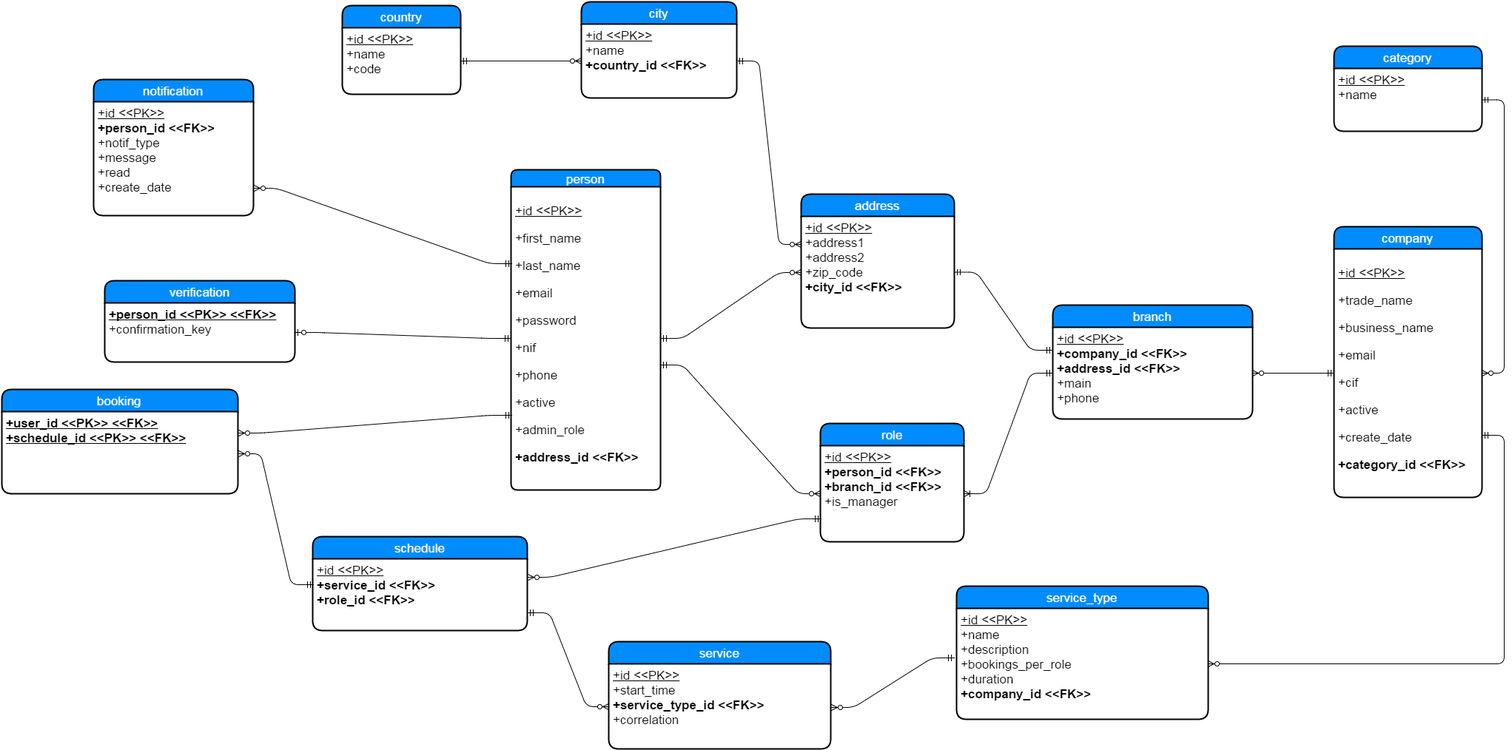
The draw.io diagram project_documentation/database/Entity Relation Diagram.png in malkomich/busy, before a commit. Source tidied: cells renumbered, new cells last; positions are measured from the earlier drawing's top-left corner, leaving out a move shared by most shapes.
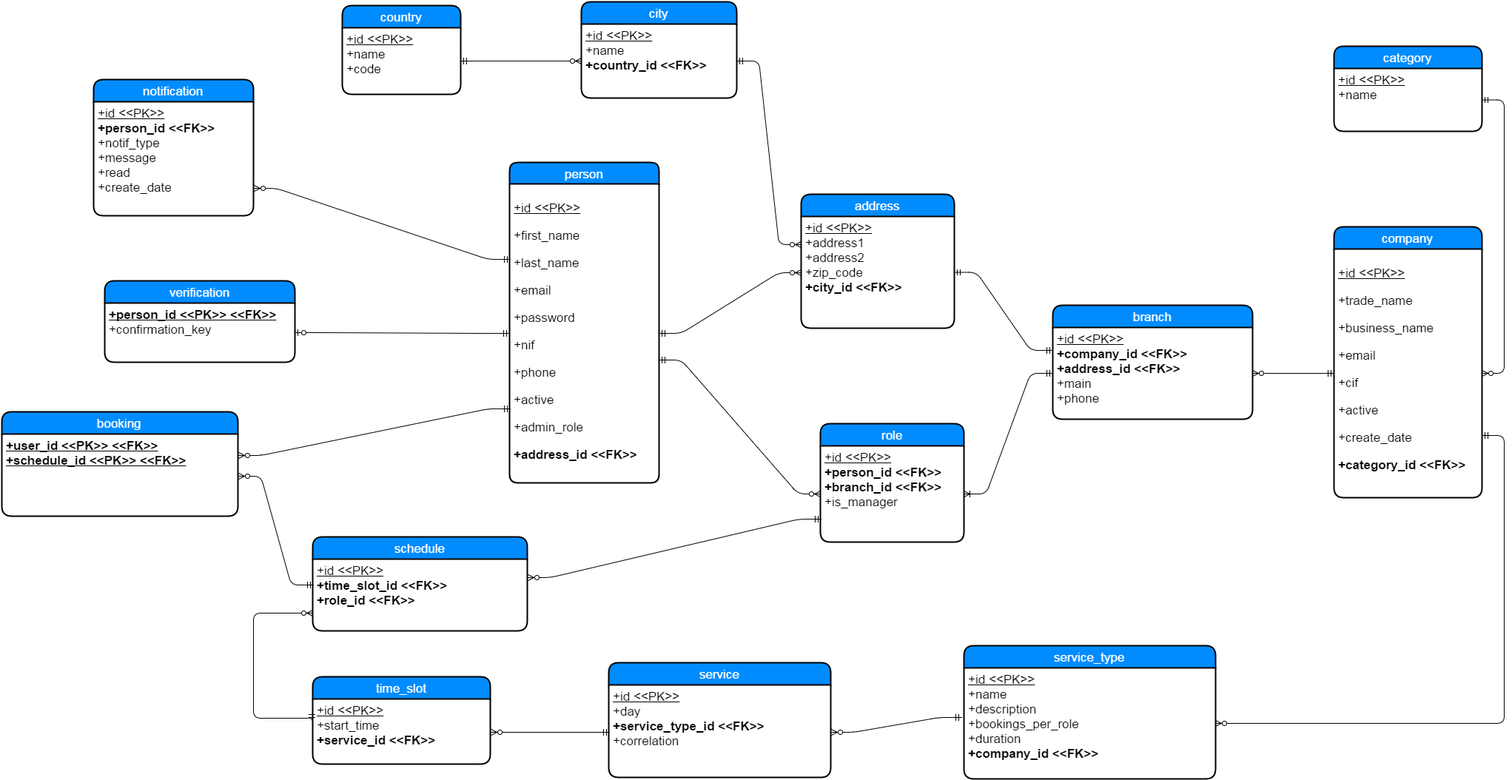
The same diagram one commit later.

Commit message:
Add time_slot table to database

Diff of the diagram source:
```diff
@@ -5,11 +5,11 @@
     <mxCell id="2" style="edgeStyle=entityRelationEdgeStyle;html=1;endArrow=ERoneToMany;startArrow=ERmandOne;fontColor=#003366;" parent="1" edge="1" source="18" target="11">
       <mxGeometry relative="1" as="geometry" />
     </mxCell>
-    <mxCell id="3" value="person" style="swimlane;html=1;horizontal=1;startSize=23;fillColor=#008cff;fontColor=#FFFFFF;rounded=1;fontSize=17;fontStyle=0;strokeWidth=2;shadow=0;dashed=0;align=center;arcSize=13;" parent="1" vertex="1">
-      <mxGeometry x="688" y="227" width="202" height="433" as="geometry" />
+    <mxCell id="3" value="person" style="swimlane;html=1;horizontal=1;startSize=29;fillColor=#008cff;fontColor=#FFFFFF;rounded=1;fontSize=17;fontStyle=0;strokeWidth=2;shadow=0;dashed=0;align=center;arcSize=13;" parent="1" vertex="1">
+      <mxGeometry x="686" y="217" width="202" height="433" as="geometry" />
     </mxCell>
     <mxCell id="4" value="&lt;p&gt;&lt;span style=&quot;line-height: 1.2&quot;&gt;&lt;u&gt;+id &amp;lt;&amp;lt;PK&amp;gt;&amp;gt;&lt;/u&gt;&lt;/span&gt;&lt;/p&gt;&lt;p&gt;&lt;span style=&quot;line-height: 1.2&quot;&gt;+first_name&lt;/span&gt;&lt;br&gt;&lt;/p&gt;&lt;p&gt;+last_name&lt;/p&gt;&lt;p&gt;+email&lt;/p&gt;&lt;p&gt;+password&lt;/p&gt;&lt;p&gt;+nif&lt;/p&gt;&lt;p&gt;&lt;span style=&quot;line-height: 1.2&quot;&gt;+phone&lt;/span&gt;&lt;br&gt;&lt;/p&gt;&lt;p&gt;&lt;span&gt;+active&lt;/span&gt;&lt;/p&gt;&lt;p&gt;&lt;span style=&quot;line-height: 1.2&quot;&gt;+admin_role&lt;/span&gt;&lt;br&gt;&lt;/p&gt;&lt;p&gt;&lt;span style=&quot;line-height: 1.2&quot;&gt;&lt;b&gt;+address_id &amp;lt;&amp;lt;FK&amp;gt;&amp;gt;&lt;/b&gt;&lt;/span&gt;&lt;/p&gt;" style="whiteSpace=wrap;html=1;align=left;strokeColor=none;fillColor=none;spacingLeft=4;fontSize=17;verticalAlign=top;" parent="3" vertex="1">
-      <mxGeometry y="23" width="202" height="410" as="geometry" />
+      <mxGeometry y="29" width="202" height="404" as="geometry" />
     </mxCell>
     <mxCell id="5" style="edgeStyle=entityRelationEdgeStyle;html=1;endArrow=ERzeroToMany;startArrow=ERmandOne;fontColor=#003366;exitX=1;exitY=0.589;exitPerimeter=0;" parent="1" edge="1" source="4" target="11">
       <mxGeometry relative="1" as="geometry" />
@@ -75,7 +75,7 @@
       <mxGeometry y="30" width="216" height="154" as="geometry" />
     </mxCell>
     <mxCell id="26" value="booking" style="swimlane;html=1;horizontal=1;startSize=30;fillColor=#008cff;fontColor=#FFFFFF;rounded=1;fontSize=17;fontStyle=0;strokeWidth=2;shadow=0;dashed=0;align=center;" parent="1" vertex="1">
-      <mxGeometry y="524" width="319" height="141" as="geometry" />
+      <mxGeometry y="554" width="319" height="141" as="geometry" />
     </mxCell>
     <mxCell id="27" value="&lt;b&gt;&lt;u&gt;+user_id &amp;lt;&amp;lt;PK&amp;gt;&amp;gt; &amp;lt;&amp;lt;FK&amp;gt;&amp;gt;&lt;/u&gt;&lt;/b&gt;&lt;div&gt;&lt;b&gt;&lt;u&gt;+schedule_id &amp;lt;&amp;lt;PK&amp;gt;&amp;gt; &amp;lt;&amp;lt;FK&amp;gt;&amp;gt;&lt;/u&gt;&lt;/b&gt;&lt;br&gt;&lt;div&gt;&lt;br&gt;&lt;/div&gt;&lt;/div&gt;" style="whiteSpace=wrap;html=1;align=left;strokeColor=none;fillColor=none;spacingLeft=4;fontSize=17;verticalAlign=top;" parent="26" vertex="1">
       <mxGeometry y="30" width="319" height="111" as="geometry" />
@@ -111,7 +111,7 @@
       <mxGeometry relative="1" as="geometry" />
     </mxCell>
     <mxCell id="38" value="service_type" style="swimlane;html=1;horizontal=1;startSize=30;fillColor=#008cff;fontColor=#FFFFFF;rounded=1;fontSize=17;fontStyle=0;strokeWidth=2;shadow=0;dashed=0;align=center;" parent="1" vertex="1">
-      <mxGeometry x="1290" y="790" width="340" height="180" as="geometry" />
+      <mxGeometry x="1300" y="870" width="340" height="180" as="geometry" />
     </mxCell>
     <mxCell id="39" value="&lt;u&gt;+id &amp;lt;&amp;lt;PK&amp;gt;&amp;gt;&lt;/u&gt;&lt;div&gt;+name&lt;/div&gt;&lt;div&gt;+description&lt;br&gt;&lt;div&gt;+bookings_per_role&lt;/div&gt;&lt;/div&gt;&lt;div&gt;+duration&lt;/div&gt;&lt;div&gt;&lt;b&gt;+company_id &amp;lt;&amp;lt;FK&amp;gt;&amp;gt;&lt;/b&gt;&lt;/div&gt;" style="whiteSpace=wrap;html=1;align=left;strokeColor=none;fillColor=none;spacingLeft=4;fontSize=17;verticalAlign=top;" parent="38" vertex="1">
       <mxGeometry y="30" width="340" height="150" as="geometry" />
@@ -119,20 +119,34 @@
     <mxCell id="40" style="edgeStyle=entityRelationEdgeStyle;html=1;endArrow=ERzeroToMany;startArrow=ERmandOne;shadow=0;strokeColor=#000000;exitX=1;exitY=0.5;flipH=1;flipV=1;entryX=0;entryY=0.5;" parent="1" edge="1" source="27" target="44">
       <mxGeometry relative="1" as="geometry" />
     </mxCell>
-    <mxCell id="41" style="edgeStyle=entityRelationEdgeStyle;html=1;endArrow=ERzeroToMany;startArrow=ERmandOne;shadow=0;strokeColor=#000000;exitX=1;exitY=0.75;entryX=0;entryY=0.5;" parent="1" edge="1" source="45" target="43">
-      <mxGeometry relative="1" as="geometry" />
-    </mxCell>
     <mxCell id="42" value="service" style="swimlane;html=1;horizontal=1;startSize=30;fillColor=#008cff;fontColor=#FFFFFF;rounded=1;fontSize=17;fontStyle=0;strokeWidth=2;shadow=0;dashed=0;align=center;" parent="1" vertex="1">
-      <mxGeometry x="820" y="865" width="300" height="145" as="geometry" />
+      <mxGeometry x="820" y="893" width="300" height="155" as="geometry" />
     </mxCell>
-    <mxCell id="43" value="&lt;u&gt;+id &amp;lt;&amp;lt;PK&amp;gt;&amp;gt;&lt;/u&gt;&lt;div&gt;+start_time&lt;br&gt;&lt;div&gt;&lt;b&gt;+service_type_id &amp;lt;&amp;lt;FK&amp;gt;&amp;gt;&lt;/b&gt;&lt;/div&gt;&lt;/div&gt;&lt;div&gt;+correlation&lt;/div&gt;&lt;div&gt;&lt;br&gt;&lt;/div&gt;" style="whiteSpace=wrap;html=1;align=left;strokeColor=none;fillColor=none;spacingLeft=4;fontSize=17;verticalAlign=top;" parent="42" vertex="1">
-      <mxGeometry y="30" width="300" height="115" as="geometry" />
+    <mxCell id="43" value="&lt;u&gt;+id &amp;lt;&amp;lt;PK&amp;gt;&amp;gt;&lt;/u&gt;&lt;div&gt;+day&lt;/div&gt;&lt;div&gt;&lt;div&gt;&lt;b&gt;+service_type_id &amp;lt;&amp;lt;FK&amp;gt;&amp;gt;&lt;/b&gt;&lt;/div&gt;&lt;/div&gt;&lt;div&gt;+correlation&lt;/div&gt;&lt;div&gt;&lt;br&gt;&lt;/div&gt;" style="whiteSpace=wrap;html=1;align=left;strokeColor=none;fillColor=none;spacingLeft=4;fontSize=17;verticalAlign=top;" parent="42" vertex="1">
+      <mxGeometry y="30" width="300" height="125" as="geometry" />
     </mxCell>
     <mxCell id="44" value="schedule" style="swimlane;html=1;horizontal=1;startSize=30;fillColor=#008cff;fontColor=#FFFFFF;rounded=1;fontSize=17;fontStyle=0;strokeWidth=2;shadow=0;dashed=0;align=center;" parent="1" vertex="1">
       <mxGeometry x="420" y="723" width="290" height="127" as="geometry" />
     </mxCell>
-    <mxCell id="45" value="&lt;div&gt;&lt;u&gt;+id &amp;lt;&amp;lt;PK&amp;gt;&amp;gt;&lt;/u&gt;&lt;/div&gt;&lt;b&gt;+service_id &amp;lt;&amp;lt;FK&amp;gt;&amp;gt;&lt;/b&gt;&lt;div&gt;&lt;b&gt;+role_id &amp;lt;&amp;lt;FK&amp;gt;&amp;gt;&lt;/b&gt;&lt;/div&gt;&lt;div&gt;&lt;br&gt;&lt;/div&gt;" style="whiteSpace=wrap;html=1;align=left;strokeColor=none;fillColor=none;spacingLeft=4;fontSize=17;verticalAlign=top;" parent="44" vertex="1">
+    <mxCell id="45" value="&lt;div&gt;&lt;u&gt;+id &amp;lt;&amp;lt;PK&amp;gt;&amp;gt;&lt;/u&gt;&lt;/div&gt;&lt;b&gt;+time_slot_id &amp;lt;&amp;lt;FK&amp;gt;&amp;gt;&lt;/b&gt;&lt;div&gt;&lt;b&gt;+role_id &amp;lt;&amp;lt;FK&amp;gt;&amp;gt;&lt;/b&gt;&lt;/div&gt;&lt;div&gt;&lt;br&gt;&lt;/div&gt;" style="whiteSpace=wrap;html=1;align=left;strokeColor=none;fillColor=none;spacingLeft=4;fontSize=17;verticalAlign=top;" parent="44" vertex="1">
       <mxGeometry y="30" width="290" height="97" as="geometry" />
     </mxCell>
+    <mxCell id="41" style="edgeStyle=entityRelationEdgeStyle;html=1;endArrow=ERzeroToMany;startArrow=ERmandOne;shadow=0;strokeColor=#000000;exitX=1;exitY=0.5;entryX=0;entryY=0.5;flipH=1;flipV=1;" parent="1" edge="1" source="47" target="43">
+      <mxGeometry relative="1" as="geometry" />
+    </mxCell>
+    <mxCell id="46" value="time_slot" style="swimlane;html=1;horizontal=1;startSize=30;fillColor=#008cff;fontColor=#FFFFFF;rounded=1;fontSize=17;fontStyle=0;strokeWidth=2;shadow=0;dashed=0;align=center;" parent="1" vertex="1">
+      <mxGeometry x="420" y="912" width="240" height="118" as="geometry" />
+    </mxCell>
+    <mxCell id="47" value="&lt;div&gt;&lt;u&gt;+id &amp;lt;&amp;lt;PK&amp;gt;&amp;gt;&lt;/u&gt;&lt;/div&gt;+start_time&lt;div&gt;&lt;b&gt;+service_id &amp;lt;&amp;lt;FK&amp;gt;&amp;gt;&lt;/b&gt;&lt;/div&gt;&lt;div&gt;&lt;b&gt;&lt;br&gt;&lt;/b&gt;&lt;/div&gt;" style="whiteSpace=wrap;html=1;align=left;strokeColor=none;fillColor=none;spacingLeft=4;fontSize=17;verticalAlign=top;" parent="46" vertex="1">
+      <mxGeometry y="30" width="240" height="88" as="geometry" />
+    </mxCell>
+    <mxCell id="48" style="edgeStyle=orthogonalEdgeStyle;html=1;endArrow=ERzeroToMany;startArrow=ERmandOne;shadow=0;strokeColor=#000000;exitX=-0.004;exitY=0.333;exitPerimeter=0;entryX=0;entryY=0.75;" parent="1" edge="1" source="47" target="45">
+      <mxGeometry relative="1" as="geometry">
+        <Array as="points">
+          <mxPoint x="340" y="968" />
+          <mxPoint x="340" y="826" />
+        </Array>
+      </mxGeometry>
+    </mxCell>
   </root>
 </mxGraphModel>
```
